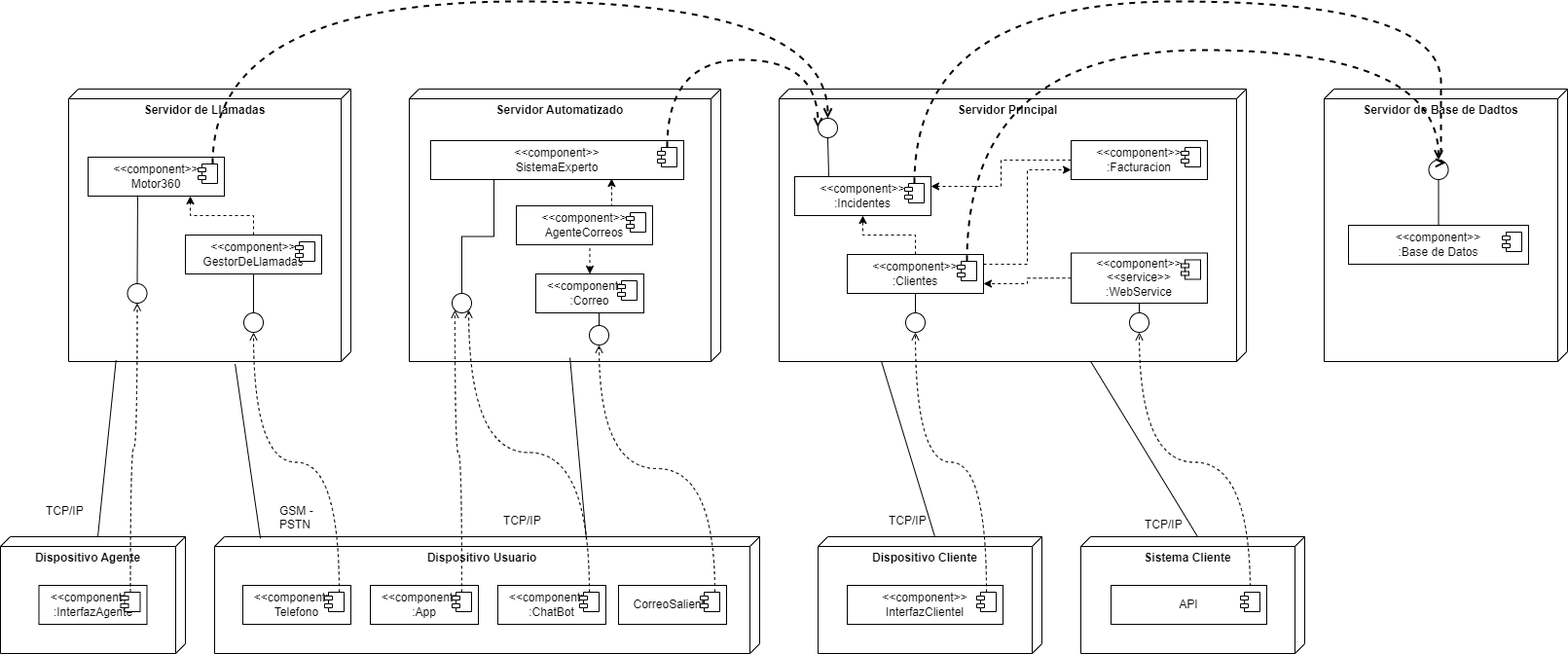
ronguito/arquitectura keeps this draw.io diagram as diagramas/DiagramaDeDespliegue.drawio.png. Above is the earlier version. Source tidied: cells renumbered, new cells last; positions are measured from the earlier drawing's top-left corner, leaving out a move shared by most shapes.
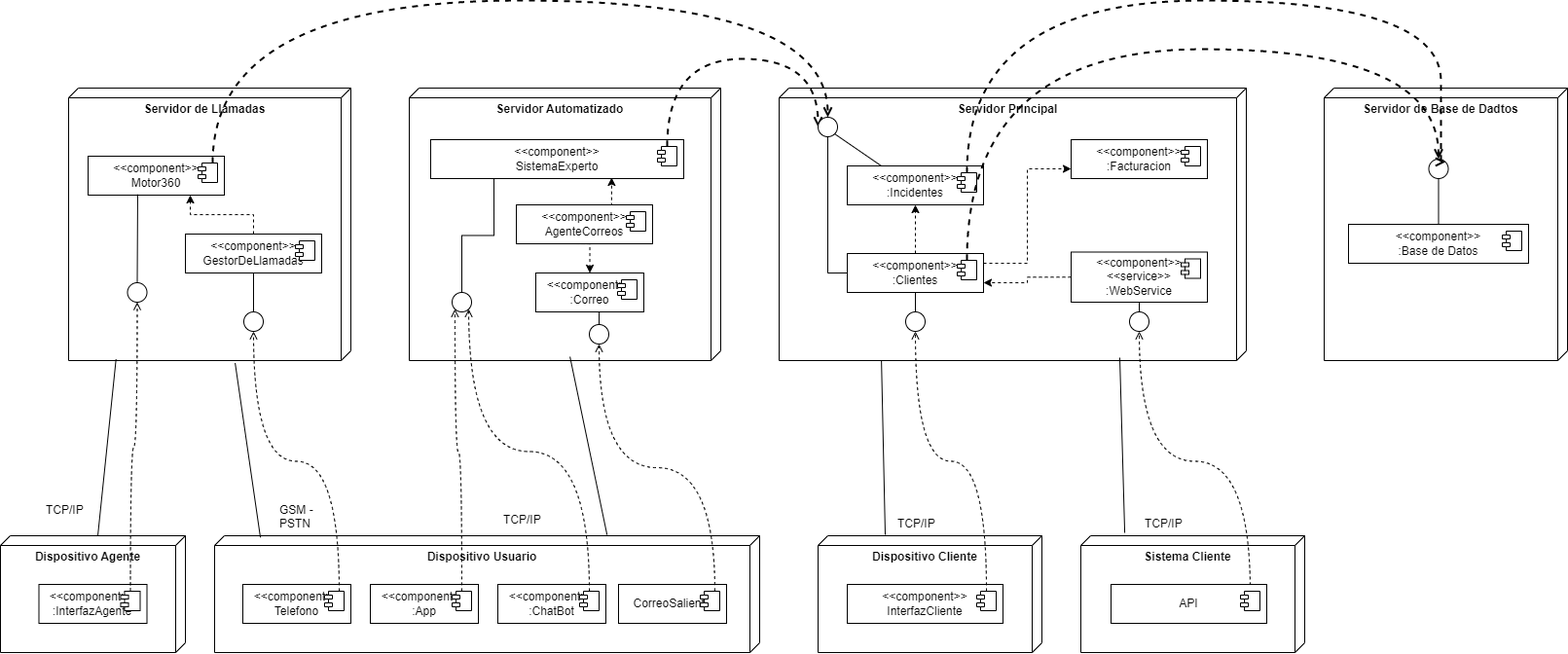
The same diagram one commit later.

Diff of the diagram source:
```diff
@@ -78,7 +78,7 @@
     <mxCell id="23" style="edgeStyle=orthogonalEdgeStyle;rounded=0;jettySize=auto;html=1;exitX=0.25;exitY=1;exitDx=0;exitDy=0;entryX=0.5;entryY=0;entryDx=0;entryDy=0;endArrow=none;endFill=0;" parent="1" edge="1" source="11" target="20">
       <mxGeometry relative="1" as="geometry" />
     </mxCell>
-    <mxCell id="24" style="rounded=0;jettySize=auto;html=1;exitX=0.986;exitY=0.484;exitDx=0;exitDy=0;exitPerimeter=0;entryX=0.022;entryY=0.318;entryDx=0;entryDy=0;entryPerimeter=0;endArrow=none;endFill=0;" parent="1" edge="1" source="3" target="5">
+    <mxCell id="24" style="rounded=0;jettySize=auto;html=1;exitX=0.986;exitY=0.484;exitDx=0;exitDy=0;exitPerimeter=0;entryX=-0.008;entryY=0.28;entryDx=0;entryDy=0;entryPerimeter=0;endArrow=none;endFill=0;" parent="1" edge="1" source="3" target="5">
       <mxGeometry relative="1" as="geometry" />
     </mxCell>
     <mxCell id="25" value="TCP/IP" style="text;strokeColor=none;fillColor=none;align=left;verticalAlign=top;spacingLeft=4;spacingRight=4;overflow=hidden;whiteSpace=wrap;html=1;" parent="1" vertex="1">
@@ -118,7 +118,7 @@
       <mxGeometry relative="1" as="geometry" />
     </mxCell>
     <mxCell id="35" value="&amp;lt;&amp;lt;component&amp;gt;&amp;gt;&lt;div&gt;:Incidentes&lt;/div&gt;" style="html=1;whiteSpace=wrap;" parent="1" vertex="1">
-      <mxGeometry x="816" y="180" width="140" height="40" as="geometry" />
+      <mxGeometry x="870" y="170" width="140" height="40" as="geometry" />
     </mxCell>
     <mxCell id="36" style="shape=module;jettyWidth=8;jettyHeight=4;" parent="35" vertex="1">
       <mxGeometry x="1" width="20" height="20" relative="1" as="geometry">
@@ -133,6 +133,9 @@
         <mxPoint x="-27" y="7" as="offset" />
       </mxGeometry>
     </mxCell>
+    <mxCell id="88" style="edgeStyle=orthogonalEdgeStyle;rounded=0;jettySize=auto;html=1;exitX=0;exitY=0.5;exitDx=0;exitDy=0;entryX=0.5;entryY=1;entryDx=0;entryDy=0;startArrow=none;startFill=0;endArrow=none;endFill=0;" parent="1" edge="1" source="39" target="85">
+      <mxGeometry relative="1" as="geometry" />
+    </mxCell>
     <mxCell id="39" value="&amp;lt;&amp;lt;component&amp;gt;&amp;gt;&lt;div&gt;:Clientes&lt;/div&gt;" style="html=1;whiteSpace=wrap;" parent="1" vertex="1">
       <mxGeometry x="870" y="260" width="140" height="40" as="geometry" />
     </mxCell>
@@ -159,7 +162,7 @@
     <mxCell id="46" value="Dispositivo Cliente" style="verticalAlign=top;align=center;spacingTop=8;spacingLeft=2;spacingRight=12;shape=cube;size=10;direction=south;fontStyle=1;html=1;whiteSpace=wrap;" parent="1" vertex="1">
       <mxGeometry x="840" y="550" width="230" height="120" as="geometry" />
     </mxCell>
-    <mxCell id="47" value="&amp;lt;&amp;lt;component&amp;gt;&amp;gt;&lt;div&gt;InterfazClientel&lt;/div&gt;" style="html=1;whiteSpace=wrap;" parent="1" vertex="1">
+    <mxCell id="47" value="&amp;lt;&amp;lt;component&amp;gt;&amp;gt;&lt;div&gt;InterfazCliente&lt;/div&gt;" style="html=1;whiteSpace=wrap;" parent="1" vertex="1">
       <mxGeometry x="870" y="600" width="160" height="40" as="geometry" />
     </mxCell>
     <mxCell id="48" style="shape=module;jettyWidth=8;jettyHeight=4;" parent="47" vertex="1">
@@ -170,10 +173,7 @@
     <mxCell id="49" style="rounded=0;jettySize=auto;html=1;entryX=0.5;entryY=1;entryDx=0;entryDy=0;dashed=1;endArrow=open;endFill=0;exitX=0.5;exitY=0;exitDx=0;exitDy=0;edgeStyle=orthogonalEdgeStyle;curved=1;" parent="1" edge="1" source="48" target="41">
       <mxGeometry relative="1" as="geometry" />
     </mxCell>
-    <mxCell id="50" style="edgeStyle=orthogonalEdgeStyle;rounded=0;jettySize=auto;html=1;exitX=0;exitY=0.5;exitDx=0;exitDy=0;dashed=1;entryX=1;entryY=0.25;entryDx=0;entryDy=0;" parent="1" edge="1" source="37" target="35">
-      <mxGeometry relative="1" as="geometry" />
-    </mxCell>
-    <mxCell id="51" style="rounded=0;jettySize=auto;html=1;exitX=0.5;exitY=1;exitDx=0;exitDy=0;entryX=0.25;entryY=0;entryDx=0;entryDy=0;endArrow=none;endFill=0;" parent="1" edge="1" source="85" target="35">
+    <mxCell id="51" style="rounded=0;jettySize=auto;html=1;exitX=1;exitY=1;exitDx=0;exitDy=0;entryX=0.25;entryY=0;entryDx=0;entryDy=0;endArrow=none;endFill=0;" parent="1" edge="1" source="85" target="35">
       <mxGeometry relative="1" as="geometry" />
     </mxCell>
     <mxCell id="52" style="rounded=0;jettySize=auto;html=1;dashed=1;endArrow=open;endFill=0;edgeStyle=orthogonalEdgeStyle;entryX=0.5;entryY=0;entryDx=0;entryDy=0;curved=1;strokeWidth=2;exitX=0.75;exitY=0;exitDx=0;exitDy=0;" parent="1" edge="1" source="33" target="85">
@@ -192,11 +192,11 @@
         </Array>
       </mxGeometry>
     </mxCell>
-    <mxCell id="54" style="rounded=0;jettySize=auto;html=1;exitX=1;exitY=0.781;exitDx=0;exitDy=0;exitPerimeter=0;entryX=0;entryY=0;entryDx=0;entryDy=110;entryPerimeter=0;endArrow=none;endFill=0;" parent="1" edge="1" source="4" target="46">
+    <mxCell id="54" style="rounded=0;jettySize=auto;html=1;exitX=1;exitY=0.781;exitDx=0;exitDy=0;exitPerimeter=0;entryX=-0.008;entryY=0.7;entryDx=0;entryDy=0;entryPerimeter=0;endArrow=none;endFill=0;" parent="1" edge="1" source="4" target="46">
       <mxGeometry relative="1" as="geometry" />
     </mxCell>
     <mxCell id="55" value="TCP/IP" style="text;strokeColor=none;fillColor=none;align=left;verticalAlign=top;spacingLeft=4;spacingRight=4;overflow=hidden;whiteSpace=wrap;html=1;" parent="1" vertex="1">
-      <mxGeometry x="907" y="520" width="49" height="26" as="geometry" />
+      <mxGeometry x="915.5" y="524" width="49" height="26" as="geometry" />
     </mxCell>
     <mxCell id="56" value="Sistema Cliente" style="verticalAlign=top;align=center;spacingTop=8;spacingLeft=2;spacingRight=12;shape=cube;size=10;direction=south;fontStyle=1;html=1;whiteSpace=wrap;" parent="1" vertex="1">
       <mxGeometry x="1110" y="550" width="230" height="120" as="geometry" />
@@ -204,8 +204,10 @@
     <mxCell id="57" value="TCP/IP" style="text;strokeColor=none;fillColor=none;align=left;verticalAlign=top;spacingLeft=4;spacingRight=4;overflow=hidden;whiteSpace=wrap;html=1;" parent="1" vertex="1">
       <mxGeometry x="1170" y="524" width="49" height="26" as="geometry" />
     </mxCell>
-    <mxCell id="58" style="rounded=0;jettySize=auto;html=1;exitX=1;exitY=0.333;exitDx=0;exitDy=0;exitPerimeter=0;entryX=0;entryY=0;entryDx=0;entryDy=110;entryPerimeter=0;endArrow=none;endFill=0;" parent="1" edge="1" source="4" target="56">
-      <mxGeometry relative="1" as="geometry" />
+    <mxCell id="58" style="rounded=0;jettySize=auto;html=1;entryX=-0.025;entryY=0.804;entryDx=0;entryDy=0;entryPerimeter=0;endArrow=none;endFill=0;" parent="1" edge="1" target="56">
+      <mxGeometry relative="1" as="geometry">
+        <mxPoint x="1150" y="367" as="sourcePoint" />
+      </mxGeometry>
     </mxCell>
     <mxCell id="59" value="Servidor de Base de Dadtos" style="verticalAlign=top;align=center;spacingTop=8;spacingLeft=2;spacingRight=12;shape=cube;size=10;direction=south;fontStyle=1;html=1;whiteSpace=wrap;" parent="1" vertex="1">
       <mxGeometry x="1360" y="90" width="250" height="280" as="geometry" />
@@ -254,7 +256,7 @@
     <mxCell id="70" style="rounded=0;jettySize=auto;html=1;dashed=1;endArrow=open;endFill=0;edgeStyle=orthogonalEdgeStyle;strokeWidth=2;exitX=0.5;exitY=0;exitDx=0;exitDy=0;elbow=vertical;curved=1;entryX=1;entryY=0;entryDx=0;entryDy=0;" parent="1" edge="1" source="36" target="63">
       <mxGeometry relative="1" as="geometry">
         <Array as="points">
-          <mxPoint x="939" />
+          <mxPoint x="993" />
           <mxPoint x="1480" />
           <mxPoint x="1480" y="166" />
         </Array>
```
